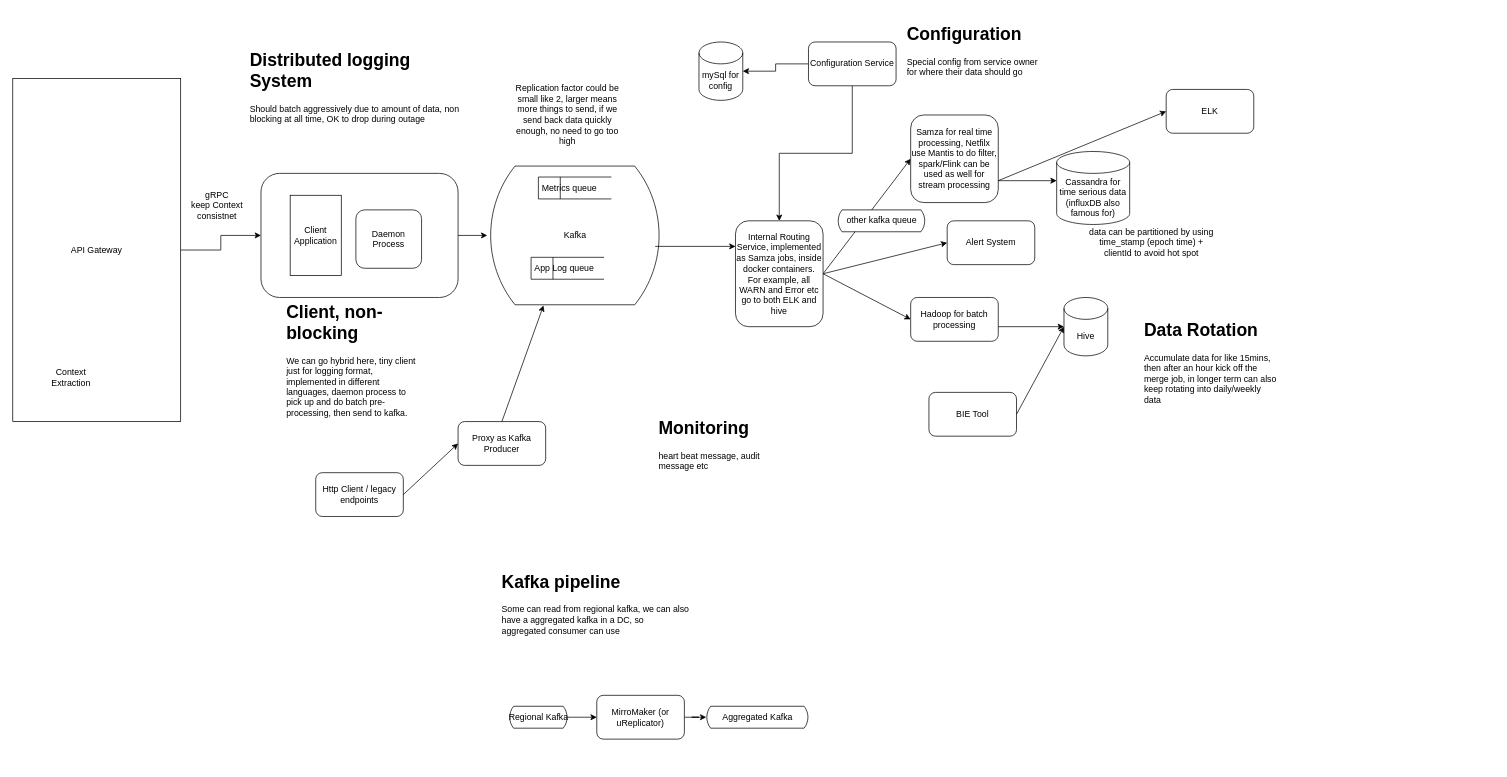
Before: System Design Diagrams/Distributed Logging.drawio in zyy890316/CS-Notes, a draw.io diagram. Source tidied: cells renumbered, new cells numbered last; positions are measured from the earlier drawing's top-left corner, leaving out a move shared by most shapes. Both pictures are drawn from the tidied source at 73%, with x=0, y=0 at pixel (12, 20).
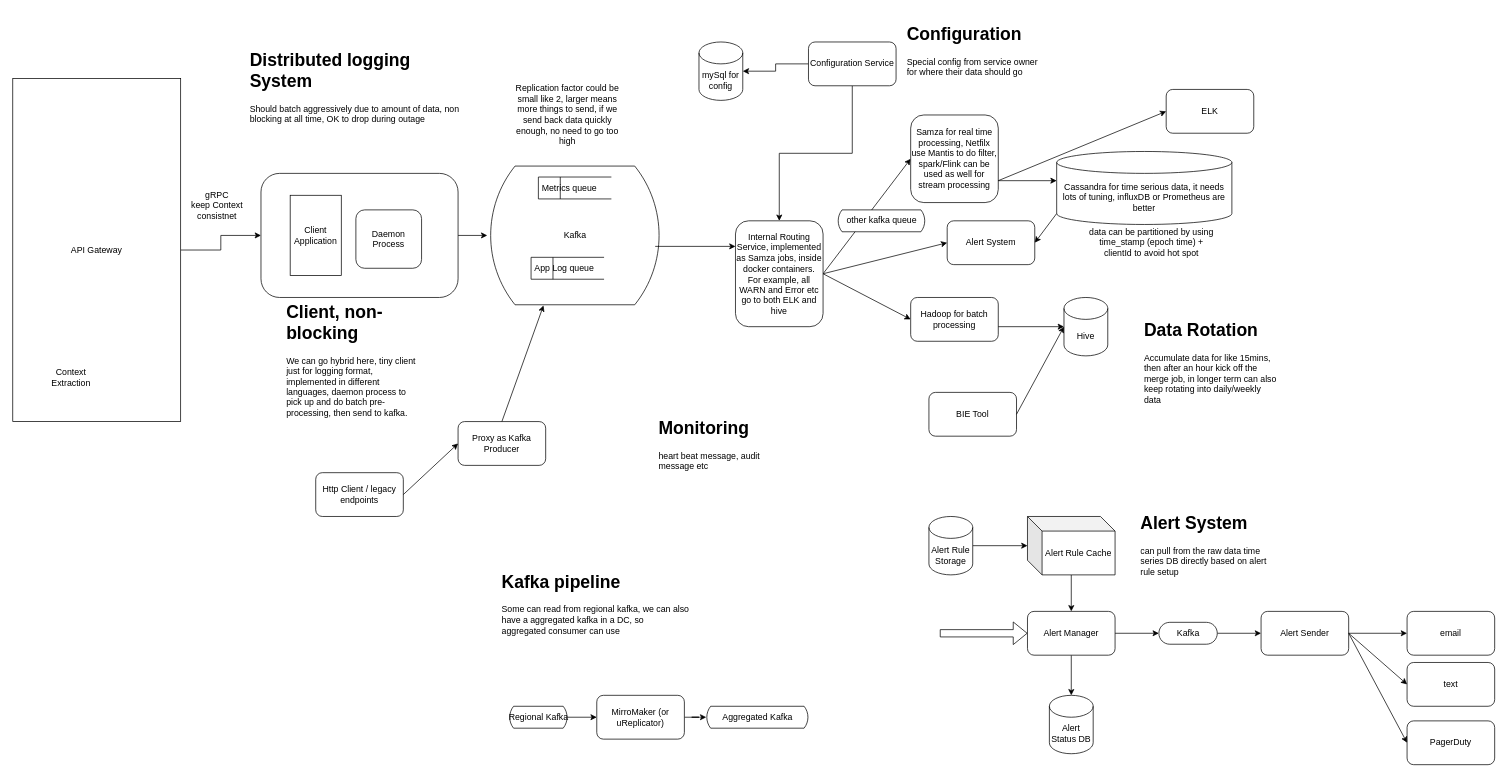
The same page after the edit.

Unchanged cells that the change refers to:
```xml
<mxCell id="25" value="Alert System" style="rounded=1;whiteSpace=wrap;html=1;" parent="1" vertex="1">
  <mxGeometry x="1280" y="275" width="120" height="60" as="geometry" />
</mxCell>
```

Change to the diagram source:
```diff
@@
-    <mxCell id="27" value="Cassandra for time serious data (influxDB also famous for)" style="shape=cylinder3;whiteSpace=wrap;html=1;boundedLbl=1;backgroundOutline=1;size=15;" parent="1" vertex="1">
-      <mxGeometry x="1430" y="180" width="100" height="100" as="geometry" />
+    <mxCell id="27" value="Cassandra for time serious data, it needs lots of tuning, influxDB or Prometheus are better" style="shape=cylinder3;whiteSpace=wrap;html=1;boundedLbl=1;backgroundOutline=1;size=15;" parent="1" vertex="1">
+      <mxGeometry x="1430" y="180" width="240" height="100" as="geometry" />
     </mxCell>
@@
+    <mxCell id="52" style="edgeStyle=orthogonalEdgeStyle;rounded=0;jettySize=auto;html=1;" parent="1" edge="1" source="54" target="60">
+      <mxGeometry relative="1" as="geometry" />
+    </mxCell>
+    <mxCell id="53" style="edgeStyle=orthogonalEdgeStyle;rounded=0;jettySize=auto;html=1;" parent="1" edge="1" source="54" target="62">
+      <mxGeometry relative="1" as="geometry" />
+    </mxCell>
+    <mxCell id="54" value="Alert Manager" style="rounded=1;whiteSpace=wrap;html=1;" parent="1" vertex="1">
+      <mxGeometry x="1390" y="810" width="120" height="60" as="geometry" />
+    </mxCell>
+    <mxCell id="55" style="edgeStyle=orthogonalEdgeStyle;rounded=0;jettySize=auto;html=1;" parent="1" edge="1" source="56" target="54">
+      <mxGeometry relative="1" as="geometry" />
+    </mxCell>
+    <mxCell id="56" value="Alert Rule Cache" style="shape=cube;whiteSpace=wrap;html=1;boundedLbl=1;backgroundOutline=1;darkOpacity=0.05;darkOpacity2=0.1;" parent="1" vertex="1">
+      <mxGeometry x="1390" y="680" width="120" height="80" as="geometry" />
+    </mxCell>
+    <mxCell id="57" style="edgeStyle=orthogonalEdgeStyle;rounded=0;jettySize=auto;html=1;" parent="1" edge="1" source="58" target="56">
+      <mxGeometry relative="1" as="geometry" />
+    </mxCell>
+    <mxCell id="58" value="Alert Rule Storage" style="shape=cylinder3;whiteSpace=wrap;html=1;boundedLbl=1;backgroundOutline=1;size=15;" parent="1" vertex="1">
+      <mxGeometry x="1255" y="680" width="60" height="80" as="geometry" />
+    </mxCell>
+    <mxCell id="59" style="shape=flexArrow;endArrow=classic;html=1;rounded=0;entryX=0;entryY=0.5;entryDx=0;entryDy=0;" parent="1" edge="1" target="54">
+      <mxGeometry relative="1" as="geometry">
+        <mxPoint x="1270" y="840" as="sourcePoint" />
+      </mxGeometry>
+    </mxCell>
+    <mxCell id="60" value="Alert Status DB" style="shape=cylinder3;whiteSpace=wrap;html=1;boundedLbl=1;backgroundOutline=1;size=15;" parent="1" vertex="1">
+      <mxGeometry x="1420" y="925" width="60" height="80" as="geometry" />
+    </mxCell>
+    <mxCell id="61" style="edgeStyle=orthogonalEdgeStyle;rounded=0;jettySize=auto;html=1;" parent="1" edge="1" source="62" target="64">
+      <mxGeometry relative="1" as="geometry" />
+    </mxCell>
+    <mxCell id="62" value="Kafka" style="html=1;dashed=0;whitespace=wrap;shape=mxgraph.dfd.start;" parent="1" vertex="1">
+      <mxGeometry x="1570" y="825" width="80" height="30" as="geometry" />
+    </mxCell>
+    <mxCell id="63" style="edgeStyle=orthogonalEdgeStyle;rounded=0;jettySize=auto;html=1;" parent="1" edge="1" source="64" target="65">
+      <mxGeometry relative="1" as="geometry" />
+    </mxCell>
+    <mxCell id="64" value="Alert Sender" style="rounded=1;whiteSpace=wrap;html=1;" parent="1" vertex="1">
+      <mxGeometry x="1710" y="810" width="120" height="60" as="geometry" />
+    </mxCell>
+    <mxCell id="65" value="email" style="whiteSpace=wrap;html=1;rounded=1;" parent="1" vertex="1">
+      <mxGeometry x="1910" y="810" width="120" height="60" as="geometry" />
+    </mxCell>
+    <mxCell id="66" style="endArrow=classic;html=1;rounded=0;exitX=0;exitY=1;exitDx=0;exitDy=-15;exitPerimeter=0;entryX=1;entryY=0.5;entryDx=0;entryDy=0;" parent="1" edge="1" source="27" target="25">
+      <mxGeometry relative="1" as="geometry" />
+    </mxCell>
+    <mxCell id="67" value="text" style="whiteSpace=wrap;html=1;rounded=1;" parent="1" vertex="1">
+      <mxGeometry x="1910" y="880" width="120" height="60" as="geometry" />
+    </mxCell>
+    <mxCell id="68" value="PagerDuty" style="whiteSpace=wrap;html=1;rounded=1;" parent="1" vertex="1">
+      <mxGeometry x="1910" y="960" width="120" height="60" as="geometry" />
+    </mxCell>
+    <mxCell id="69" style="endArrow=classic;html=1;rounded=0;exitX=1;exitY=0.5;exitDx=0;exitDy=0;entryX=0;entryY=0.5;entryDx=0;entryDy=0;" parent="1" edge="1" source="64" target="67">
+      <mxGeometry relative="1" as="geometry" />
+    </mxCell>
+    <mxCell id="70" style="endArrow=classic;html=1;rounded=0;exitX=1;exitY=0.5;exitDx=0;exitDy=0;entryX=0;entryY=0.5;entryDx=0;entryDy=0;" parent="1" edge="1" source="64" target="68">
+      <mxGeometry relative="1" as="geometry" />
+    </mxCell>
+    <mxCell id="71" value="&lt;h1&gt;Alert System&lt;/h1&gt;&lt;p&gt;can pull from the raw data time series DB directly based on alert rule setup&lt;/p&gt;" style="text;html=1;strokeColor=none;fillColor=none;spacing=5;spacingTop=-20;whiteSpace=wrap;overflow=hidden;rounded=0;" parent="1" vertex="1">
+      <mxGeometry x="1540" y="670" width="190" height="120" as="geometry" />
+    </mxCell>
```
